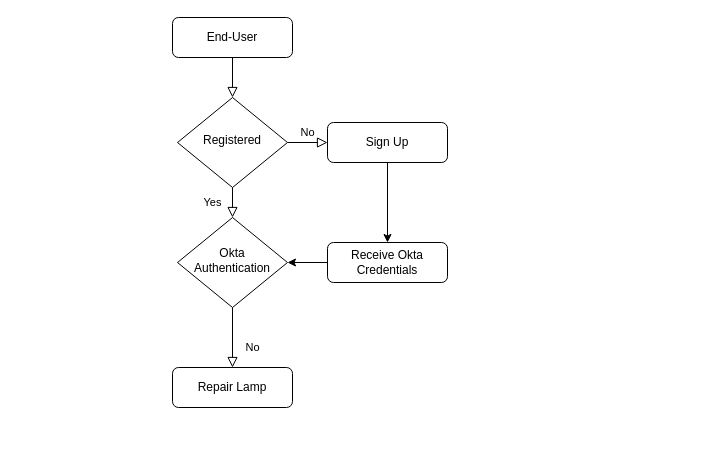
The draw.io diagram Untitled Diagram.drawio in sidthedesigner/Draw.io, before the edit. Source tidied: cells renumbered, new cells numbered last; positions are measured from the earlier drawing's top-left corner, leaving out a move shared by most shapes. Both pictures are drawn from the tidied source at 100%, with x=0, y=0 at pixel (172, 17).
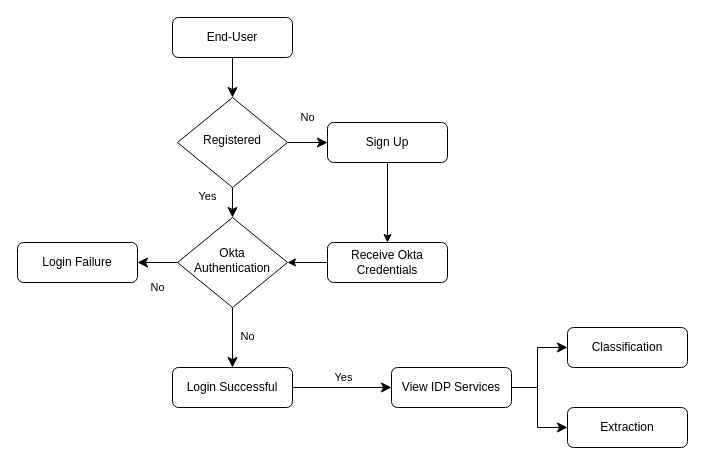
The same diagram, later.

Unchanged cells that the change refers to:
```xml
<mxCell id="3" value="End-User" style="rounded=1;whiteSpace=wrap;html=1;fontSize=12;glass=0;strokeWidth=1;shadow=0;" parent="1" vertex="1">
  <mxGeometry width="120" height="40" as="geometry" />
</mxCell>
<mxCell id="6" value="Registered" style="rhombus;whiteSpace=wrap;html=1;shadow=0;fontFamily=Helvetica;fontSize=12;align=center;strokeWidth=1;spacing=6;spacingTop=-4;" parent="1" vertex="1">
  <mxGeometry x="5" y="80" width="110" height="90" as="geometry" />
</mxCell>
<mxCell id="7" value="Sign Up" style="rounded=1;whiteSpace=wrap;html=1;fontSize=12;glass=0;strokeWidth=1;shadow=0;" parent="1" vertex="1">
  <mxGeometry x="155" y="105" width="120" height="40" as="geometry" />
</mxCell>
<mxCell id="9" value="Okta&lt;div&gt;Authentication&lt;/div&gt;" style="rhombus;whiteSpace=wrap;html=1;shadow=0;fontFamily=Helvetica;fontSize=12;align=center;strokeWidth=1;spacing=6;spacingTop=-4;" parent="1" vertex="1">
  <mxGeometry x="5" y="200" width="110" height="90" as="geometry" />
</mxCell>
<mxCell id="11" value="Receive Okta&lt;br&gt;&lt;div&gt;Credentials&lt;/div&gt;" style="rounded=1;whiteSpace=wrap;html=1;fontSize=12;glass=0;strokeWidth=1;shadow=0;" parent="1" vertex="1">
  <mxGeometry x="155" y="225" width="120" height="40" as="geometry" />
</mxCell>
```

What changed in the source:
```diff
@@
-    <mxCell id="2" style="rounded=0;html=1;jettySize=auto;fontSize=11;endArrow=block;endFill=0;endSize=8;strokeWidth=1;shadow=0;labelBackgroundColor=none;edgeStyle=orthogonalEdgeStyle;" parent="1" edge="1" source="3" target="6">
+    <mxCell id="2" style="rounded=0;html=1;jettySize=auto;fontSize=11;endArrow=classic;endFill=1;endSize=8;strokeWidth=1;shadow=0;labelBackgroundColor=none;edgeStyle=orthogonalEdgeStyle;" parent="1" edge="1" source="3" target="6">
       <mxGeometry relative="1" as="geometry" />
     </mxCell>
@@
-    <mxCell id="4" value="Yes" style="rounded=0;html=1;jettySize=auto;fontSize=11;endArrow=block;endFill=0;endSize=8;strokeWidth=1;shadow=0;labelBackgroundColor=none;edgeStyle=orthogonalEdgeStyle;" parent="1" edge="1" source="6" target="9">
-      <mxGeometry y="20" relative="1" as="geometry" />
+    <mxCell id="4" value="Yes" style="rounded=0;html=1;jettySize=auto;fontSize=11;endArrow=classic;endFill=1;endSize=8;strokeWidth=1;shadow=0;labelBackgroundColor=none;edgeStyle=orthogonalEdgeStyle;" parent="1" edge="1" source="6" target="9">
+      <mxGeometry x="0.2" y="-25" relative="1" as="geometry">
+        <mxPoint y="-1" as="offset" />
+      </mxGeometry>
     </mxCell>
-    <mxCell id="5" value="No" style="edgeStyle=orthogonalEdgeStyle;rounded=0;html=1;jettySize=auto;fontSize=11;endArrow=block;endFill=0;endSize=8;strokeWidth=1;shadow=0;labelBackgroundColor=none;" parent="1" edge="1" source="6" target="7">
-      <mxGeometry y="10" relative="1" as="geometry" />
+    <mxCell id="5" value="No" style="edgeStyle=orthogonalEdgeStyle;rounded=0;html=1;jettySize=auto;fontSize=11;endArrow=classic;endFill=1;endSize=8;strokeWidth=1;shadow=0;labelBackgroundColor=none;" parent="1" edge="1" source="6" target="7">
+      <mxGeometry y="25" relative="1" as="geometry" />
     </mxCell>
@@
-    <mxCell id="8" value="No" style="rounded=0;html=1;jettySize=auto;fontSize=11;endArrow=block;endFill=0;endSize=8;strokeWidth=1;shadow=0;labelBackgroundColor=none;edgeStyle=orthogonalEdgeStyle;" parent="1" edge="1" source="9" target="10">
-      <mxGeometry x="0.33" y="20" relative="1" as="geometry" />
+    <mxCell id="8" value="No" style="rounded=0;html=1;jettySize=auto;fontSize=11;endArrow=classic;endFill=1;endSize=8;strokeWidth=1;shadow=0;labelBackgroundColor=none;edgeStyle=orthogonalEdgeStyle;" parent="1" edge="1" source="9" target="10">
+      <mxGeometry y="15" relative="1" as="geometry">
+        <mxPoint y="-1" as="offset" />
+      </mxGeometry>
     </mxCell>
@@
-    <mxCell id="10" value="Repair Lamp" style="rounded=1;whiteSpace=wrap;html=1;fontSize=12;glass=0;strokeWidth=1;shadow=0;" parent="1" vertex="1">
+    <mxCell id="10" value="Login Successful" style="rounded=1;whiteSpace=wrap;html=1;fontSize=12;glass=0;strokeWidth=1;shadow=0;" parent="1" vertex="1">
       <mxGeometry y="350" width="120" height="40" as="geometry" />
     </mxCell>
@@
-    <mxCell id="12" style="endArrow=classic;html=1;rounded=0;exitX=0.5;exitY=1;exitDx=0;exitDy=0;entryX=0.5;entryY=0;entryDx=0;entryDy=0;" parent="1" edge="1" source="7" target="11">
+    <mxCell id="12" style="endArrow=classic;html=1;rounded=0;exitX=0.5;exitY=1;exitDx=0;exitDy=0;entryX=0.5;entryY=0;entryDx=0;entryDy=0;endFill=1;" parent="1" edge="1" source="7" target="11">
       <mxGeometry relative="1" as="geometry" />
     </mxCell>
-    <mxCell id="13" style="endArrow=classic;html=1;rounded=0;exitX=0;exitY=0.5;exitDx=0;exitDy=0;entryX=1;entryY=0.5;entryDx=0;entryDy=0;" parent="1" edge="1" source="11" target="9">
+    <mxCell id="13" style="endArrow=classic;html=1;rounded=0;exitX=0;exitY=0.5;exitDx=0;exitDy=0;entryX=1;entryY=0.5;entryDx=0;entryDy=0;endFill=1;" parent="1" edge="1" source="11" target="9">
       <mxGeometry relative="1" as="geometry" />
     </mxCell>
+    <mxCell id="14" value="Login&amp;nbsp;Failure" style="rounded=1;whiteSpace=wrap;html=1;fontSize=12;glass=0;strokeWidth=1;shadow=0;" parent="1" vertex="1">
+      <mxGeometry x="-155" y="225" width="120" height="40" as="geometry" />
+    </mxCell>
+    <mxCell id="15" value="No" style="rounded=0;html=1;jettySize=auto;fontSize=11;endArrow=classic;endFill=1;endSize=8;strokeWidth=1;shadow=0;labelBackgroundColor=none;edgeStyle=orthogonalEdgeStyle;exitX=0;exitY=0.5;exitDx=0;exitDy=0;entryX=1;entryY=0.5;entryDx=0;entryDy=0;" parent="1" edge="1" source="9" target="14">
+      <mxGeometry y="25" relative="1" as="geometry" />
+    </mxCell>
+    <mxCell id="16" value="View IDP Services" style="rounded=1;whiteSpace=wrap;html=1;fontSize=12;glass=0;strokeWidth=1;shadow=0;" parent="1" vertex="1">
+      <mxGeometry x="219" y="350" width="120" height="40" as="geometry" />
+    </mxCell>
+    <mxCell id="17" value="Yes" style="rounded=0;html=1;jettySize=auto;fontSize=11;endArrow=classic;endFill=1;endSize=8;strokeWidth=1;shadow=0;labelBackgroundColor=none;edgeStyle=orthogonalEdgeStyle;entryX=0;entryY=0.5;entryDx=0;entryDy=0;exitX=1;exitY=0.5;exitDx=0;exitDy=0;" parent="1" edge="1" source="10" target="16">
+      <mxGeometry x="0.03" y="10" relative="1" as="geometry" />
+    </mxCell>
+    <mxCell id="18" value="Classification" style="rounded=1;whiteSpace=wrap;html=1;fontSize=12;glass=0;strokeWidth=1;shadow=0;" parent="1" vertex="1">
+      <mxGeometry x="395" y="310" width="120" height="40" as="geometry" />
+    </mxCell>
+    <mxCell id="19" value="Extraction" style="rounded=1;whiteSpace=wrap;html=1;fontSize=12;glass=0;strokeWidth=1;shadow=0;" parent="1" vertex="1">
+      <mxGeometry x="395" y="390" width="120" height="40" as="geometry" />
+    </mxCell>
+    <mxCell id="20" style="rounded=0;html=1;jettySize=auto;fontSize=11;endArrow=classic;endFill=1;endSize=8;strokeWidth=1;shadow=0;labelBackgroundColor=none;edgeStyle=orthogonalEdgeStyle;entryX=0;entryY=0.5;entryDx=0;entryDy=0;exitX=1;exitY=0.5;exitDx=0;exitDy=0;" parent="1" edge="1" source="16" target="19">
+      <mxGeometry x="0.03" y="10" relative="1" as="geometry">
+        <Array as="points">
+          <mxPoint x="365" y="370" />
+          <mxPoint x="365" y="410" />
+        </Array>
+      </mxGeometry>
+    </mxCell>
+    <mxCell id="21" style="rounded=0;html=1;jettySize=auto;fontSize=11;endArrow=classic;endFill=1;endSize=8;strokeWidth=1;shadow=0;labelBackgroundColor=none;edgeStyle=orthogonalEdgeStyle;entryX=0;entryY=0.5;entryDx=0;entryDy=0;exitX=1;exitY=0.5;exitDx=0;exitDy=0;" parent="1" edge="1" source="16" target="18">
+      <mxGeometry x="0.03" y="10" relative="1" as="geometry">
+        <Array as="points">
+          <mxPoint x="365" y="370" />
+          <mxPoint x="365" y="330" />
+        </Array>
+      </mxGeometry>
+    </mxCell>
```
